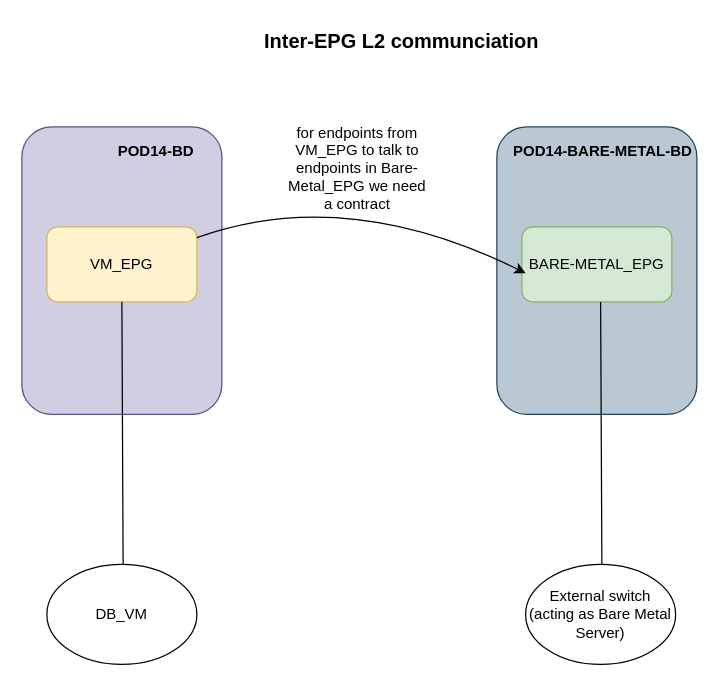
This is page "Page-2" (2 of 2) of ACI.drawio from shanambi02/Cisco-ACI, a draw.io file, before an edit. Source tidied: cells renumbered, new cells numbered last; positions are measured from the earlier drawing's top-left corner, leaving out a move shared by most shapes. Both pictures are drawn from the tidied source at 125%, with x=0, y=0 at pixel (21, 21).
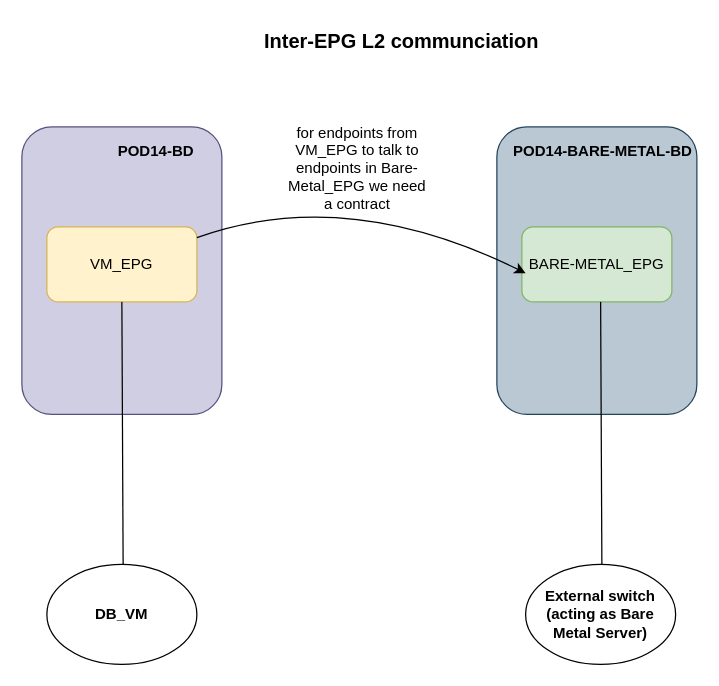
After the change.

The edit, as a diff of the source:
```diff
@@
 <mxGraphModel>
   <root>
     <mxCell id="0" />
     <mxCell id="1" parent="0" />
     <mxCell id="2" style="rounded=1;whiteSpace=wrap;html=1;fillColor=#d0cee2;strokeColor=#56517e;" parent="1" vertex="1">
       <mxGeometry y="84" width="160" height="230" as="geometry" />
     </mxCell>
-    <mxCell id="3" value="DB_VM" style="ellipse;whiteSpace=wrap;html=1;" parent="1" vertex="1">
+    <mxCell id="3" value="DB_VM" style="ellipse;whiteSpace=wrap;html=1;fontStyle=1;" parent="1" vertex="1">
       <mxGeometry x="20" y="434" width="120" height="80" as="geometry" />
     </mxCell>
     <mxCell id="4" value="VM_EPG" style="rounded=1;whiteSpace=wrap;html=1;fillColor=#fff2cc;strokeColor=#d6b656;" parent="1" vertex="1">
       <mxGeometry x="20" y="164" width="120" height="60" as="geometry" />
     </mxCell>
     <mxCell id="5" style="rounded=1;whiteSpace=wrap;html=1;fillColor=#bac8d3;strokeColor=#23445d;" parent="1" vertex="1">
       <mxGeometry x="380" y="84" width="160" height="230" as="geometry" />
     </mxCell>
-    <mxCell id="6" value="External switch (acting as Bare Metal Server)" style="ellipse;whiteSpace=wrap;html=1;" parent="1" vertex="1">
+    <mxCell id="6" value="External switch (acting as Bare Metal Server)" style="ellipse;whiteSpace=wrap;html=1;fontStyle=1;" parent="1" vertex="1">
       <mxGeometry x="403" y="434" width="120" height="80" as="geometry" />
     </mxCell>
     <mxCell id="7" value="BARE-METAL_EPG" style="rounded=1;whiteSpace=wrap;html=1;fillColor=#d5e8d4;strokeColor=#82b366;" parent="1" vertex="1">
       <mxGeometry x="400" y="164" width="120" height="60" as="geometry" />
     </mxCell>
     <mxCell id="8" value="Inter-EPG L2 communciation" style="text;strokeColor=none;align=center;fillColor=none;html=1;verticalAlign=middle;whiteSpace=wrap;rounded=0;fontStyle=1;fontSize=16;" parent="1" vertex="1">
       <mxGeometry x="164" width="280" height="30" as="geometry" />
     </mxCell>
     <mxCell id="9" style="endArrow=none;html=1;rounded=0;entryX=0.5;entryY=1;entryDx=0;entryDy=0;" parent="1" edge="1" target="4">
       <mxGeometry relative="1" as="geometry">
         <mxPoint x="81" y="434" as="sourcePoint" />
       </mxGeometry>
     </mxCell>
     <mxCell id="10" style="endArrow=none;html=1;rounded=0;entryX=0.5;entryY=1;entryDx=0;entryDy=0;" parent="1" edge="1">
       <mxGeometry relative="1" as="geometry">
         <mxPoint x="464" y="434" as="sourcePoint" />
         <mxPoint x="463" y="224" as="targetPoint" />
       </mxGeometry>
     </mxCell>
     <mxCell id="11" value="POD14-BD" style="text;strokeColor=none;align=center;fillColor=none;html=1;verticalAlign=middle;whiteSpace=wrap;rounded=0;fontStyle=1;" parent="1" vertex="1">
       <mxGeometry x="59" y="89" width="97" height="30" as="geometry" />
     </mxCell>
     <mxCell id="12" value="POD14-BARE-METAL-BD" style="text;strokeColor=none;align=center;fillColor=none;html=1;verticalAlign=middle;whiteSpace=wrap;rounded=0;fontStyle=1;" parent="1" vertex="1">
       <mxGeometry x="390" y="89" width="150" height="30" as="geometry" />
     </mxCell>
     <mxCell id="13" style="curved=1;endArrow=classic;html=1;rounded=0;entryX=0.025;entryY=0.617;entryDx=0;entryDy=0;entryPerimeter=0;" parent="1" edge="1" source="4" target="7">
       <mxGeometry relative="1" as="geometry">
         <Array as="points">
           <mxPoint x="259" y="130" />
         </Array>
       </mxGeometry>
     </mxCell>
     <mxCell id="14" value="for endpoints from VM_EPG to talk to endpoints in Bare-Metal_EPG we need a contract" style="text;strokeColor=none;align=center;fillColor=none;html=1;verticalAlign=middle;whiteSpace=wrap;rounded=0;" parent="1" vertex="1">
       <mxGeometry x="209" y="102" width="119" height="30" as="geometry" />
     </mxCell>
   </root>
 </mxGraphModel>
```
